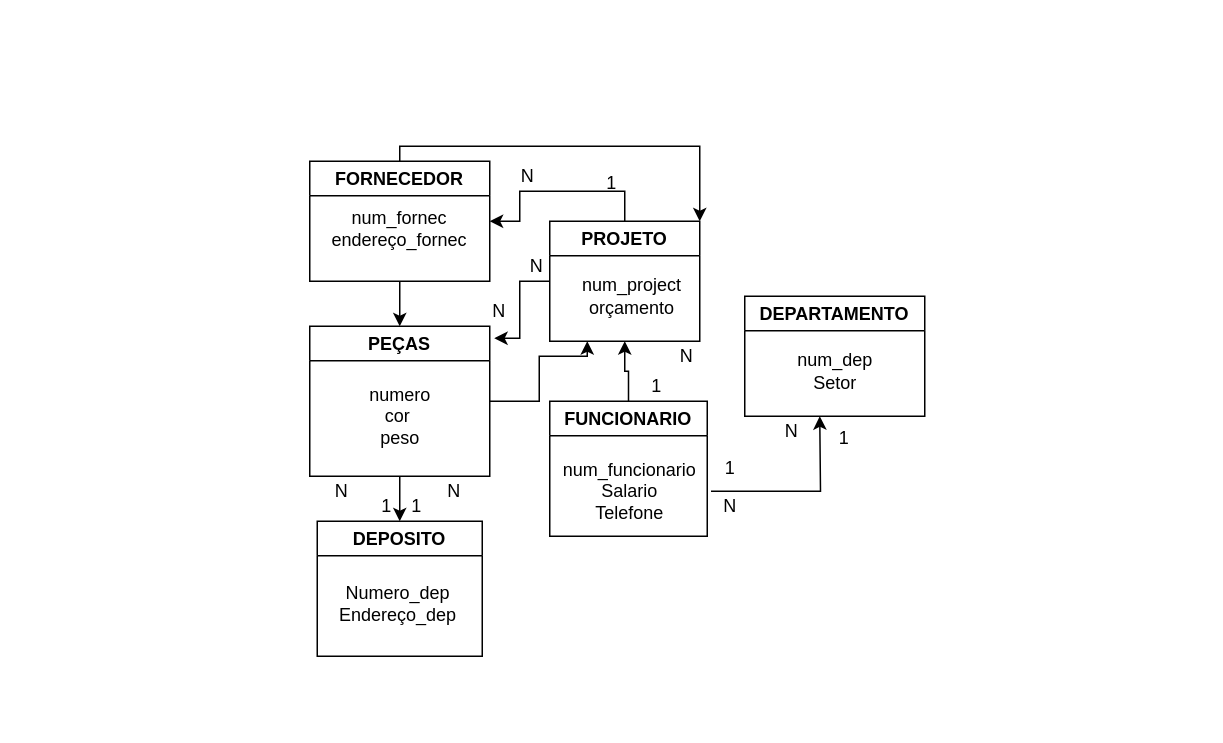
This is Comercio .drawio from willtinoco97/Banco-de-Dados, a draw.io file, before an edit. Source tidied: cells renumbered, new cells numbered last; positions are measured from the earlier drawing's top-left corner, leaving out a move shared by most shapes. Both pictures are drawn from the tidied source at 150%, with x=0, y=0 at pixel (309, 146).
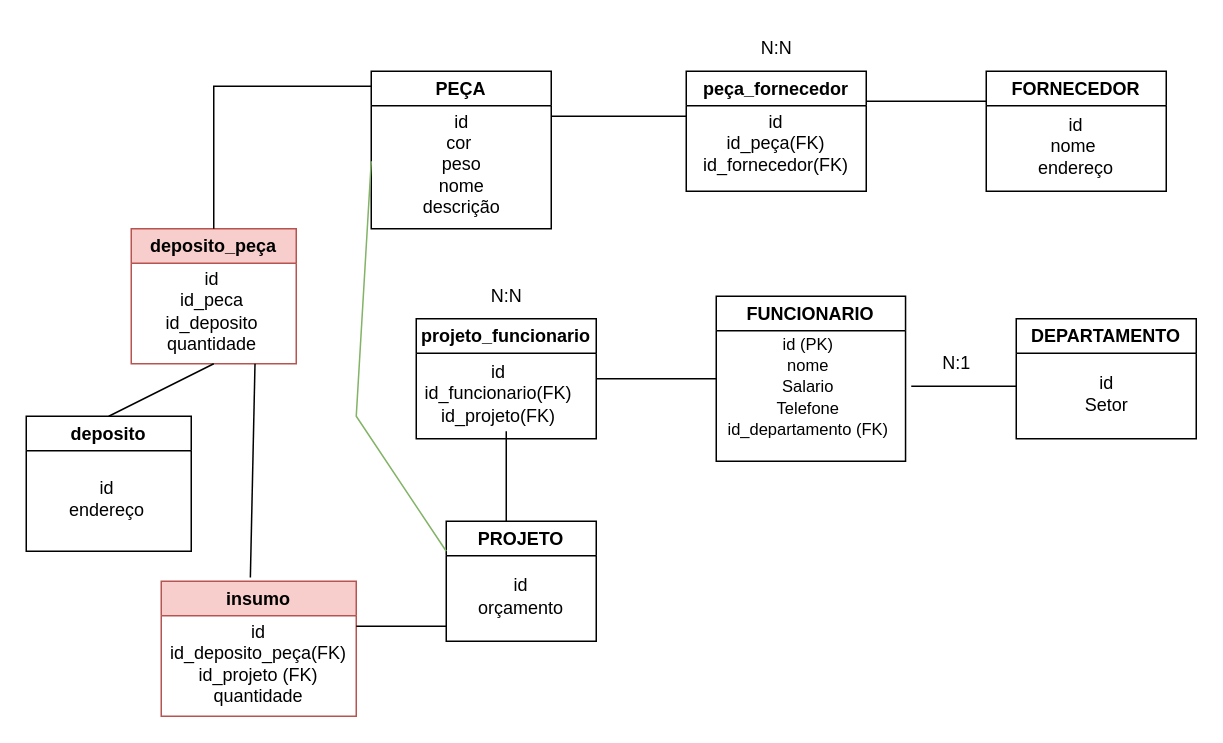
The same page after the edit.

What changed in the source:
```diff
@@
-    <mxCell id="2" style="edgeStyle=orthogonalEdgeStyle;rounded=0;jettySize=auto;html=1;exitX=1;exitY=0.5;exitDx=0;exitDy=0;" parent="1" edge="1" source="4">
-      <mxGeometry relative="1" as="geometry">
-        <mxPoint x="185" y="130" as="targetPoint" />
-        <Array as="points">
-          <mxPoint x="153" y="170" />
-          <mxPoint x="153" y="140" />
-          <mxPoint x="185" y="140" />
-        </Array>
-      </mxGeometry>
-    </mxCell>
-    <mxCell id="3" style="edgeStyle=orthogonalEdgeStyle;rounded=0;jettySize=auto;html=1;exitX=0.5;exitY=1;exitDx=0;exitDy=0;entryX=0.5;entryY=0;entryDx=0;entryDy=0;" parent="1" edge="1" source="4" target="6">
-      <mxGeometry relative="1" as="geometry" />
-    </mxCell>
-    <mxCell id="4" value="PEÇAS" style="swimlane;whiteSpace=wrap;html=1;" parent="1" vertex="1">
-      <mxGeometry y="120" width="120" height="100" as="geometry" />
+    <mxCell id="4" value="PEÇA" style="swimlane;whiteSpace=wrap;html=1;" parent="1" vertex="1">
+      <mxGeometry x="41" y="-50" width="120" height="105" as="geometry" />
     </mxCell>
-    <mxCell id="5" value="numero&lt;br&gt;cor&amp;nbsp;&lt;br&gt;peso" style="text;html=1;align=center;verticalAlign=middle;strokeColor=none;fillColor=none;" parent="4" vertex="1">
-      <mxGeometry x="30" y="30" width="60" height="60" as="geometry" />
+    <mxCell id="5" value="id&lt;br&gt;cor&amp;nbsp;&lt;br&gt;peso&lt;br&gt;nome&lt;br&gt;descrição" style="text;html=1;align=center;verticalAlign=middle;strokeColor=none;fillColor=none;" parent="4" vertex="1">
+      <mxGeometry x="25" y="17" width="70" height="90" as="geometry" />
     </mxCell>
-    <mxCell id="6" value="DEPOSITO" style="swimlane;whiteSpace=wrap;html=1;" parent="1" vertex="1">
-      <mxGeometry x="5" y="250" width="110" height="90" as="geometry" />
+    <mxCell id="6" value="deposito_peça" style="swimlane;whiteSpace=wrap;html=1;fillColor=#f8cecc;strokeColor=#b85450;" parent="1" vertex="1">
+      <mxGeometry x="-119" y="55" width="110" height="90" as="geometry" />
     </mxCell>
-    <mxCell id="7" value="Numero_dep&lt;br&gt;Endereço_dep" style="text;html=1;strokeColor=none;fillColor=none;align=center;verticalAlign=middle;whiteSpace=wrap;rounded=0;" parent="6" vertex="1">
+    <mxCell id="7" value="id&lt;br&gt;id_peca&lt;br&gt;id_deposito&lt;br&gt;quantidade" style="text;html=1;strokeColor=none;fillColor=none;align=center;verticalAlign=middle;whiteSpace=wrap;rounded=0;" parent="6" vertex="1">
       <mxGeometry x="24" y="40" width="60" height="30" as="geometry" />
     </mxCell>
-    <mxCell id="8" style="edgeStyle=orthogonalEdgeStyle;rounded=0;jettySize=auto;html=1;exitX=0.5;exitY=1;exitDx=0;exitDy=0;entryX=0.5;entryY=0;entryDx=0;entryDy=0;" parent="1" edge="1" source="10" target="4">
-      <mxGeometry relative="1" as="geometry" />
-    </mxCell>
-    <mxCell id="9" style="edgeStyle=orthogonalEdgeStyle;rounded=0;jettySize=auto;html=1;exitX=0.5;exitY=0;exitDx=0;exitDy=0;entryX=1;entryY=0;entryDx=0;entryDy=0;" parent="1" edge="1" source="10" target="14">
-      <mxGeometry relative="1" as="geometry">
-        <Array as="points">
-          <mxPoint x="60" />
-          <mxPoint x="260" />
-        </Array>
-      </mxGeometry>
-    </mxCell>
     <mxCell id="10" value="FORNECEDOR" style="swimlane;whiteSpace=wrap;html=1;" parent="1" vertex="1">
-      <mxGeometry y="10" width="120" height="80" as="geometry" />
+      <mxGeometry x="451" y="-50" width="120" height="80" as="geometry" />
     </mxCell>
-    <mxCell id="11" value="num_fornec&lt;br&gt;endereço_fornec" style="text;html=1;strokeColor=none;fillColor=none;align=center;verticalAlign=middle;whiteSpace=wrap;rounded=0;" parent="10" vertex="1">
-      <mxGeometry x="30" y="30" width="60" height="30" as="geometry" />
+    <mxCell id="11" value="id&lt;br&gt;nome&amp;nbsp;&lt;br&gt;endereço" style="text;html=1;strokeColor=none;fillColor=none;align=center;verticalAlign=middle;whiteSpace=wrap;rounded=0;" parent="10" vertex="1">
+      <mxGeometry x="30" y="35" width="60" height="30" as="geometry" />
     </mxCell>
-    <mxCell id="12" style="edgeStyle=orthogonalEdgeStyle;rounded=0;jettySize=auto;html=1;exitX=0.5;exitY=0;exitDx=0;exitDy=0;entryX=1;entryY=0.5;entryDx=0;entryDy=0;" parent="1" edge="1" source="14" target="10">
-      <mxGeometry relative="1" as="geometry" />
-    </mxCell>
-    <mxCell id="13" style="edgeStyle=orthogonalEdgeStyle;rounded=0;jettySize=auto;html=1;exitX=0;exitY=0.5;exitDx=0;exitDy=0;entryX=1.025;entryY=0.08;entryDx=0;entryDy=0;entryPerimeter=0;" parent="1" edge="1" source="14" target="4">
-      <mxGeometry relative="1" as="geometry" />
-    </mxCell>
-    <mxCell id="14" value="PROJETO" style="swimlane;whiteSpace=wrap;html=1;" parent="1" vertex="1">
-      <mxGeometry x="160" y="50" width="100" height="80" as="geometry" />
+    <mxCell id="14" value="projeto_funcionario" style="swimlane;whiteSpace=wrap;html=1;" parent="1" vertex="1">
+      <mxGeometry x="71" y="115" width="120" height="80" as="geometry" />
     </mxCell>
-    <mxCell id="15" value="num_project&lt;br&gt;orçamento" style="text;html=1;strokeColor=none;fillColor=none;align=center;verticalAlign=middle;whiteSpace=wrap;rounded=0;" parent="14" vertex="1">
+    <mxCell id="15" value="id&lt;br&gt;id_funcionario(FK)&lt;br&gt;id_projeto(FK)" style="text;html=1;strokeColor=none;fillColor=none;align=center;verticalAlign=middle;whiteSpace=wrap;rounded=0;" parent="14" vertex="1">
       <mxGeometry x="25" y="35" width="60" height="30" as="geometry" />
     </mxCell>
-    <mxCell id="16" style="edgeStyle=orthogonalEdgeStyle;rounded=0;jettySize=auto;html=1;exitX=0.5;exitY=0;exitDx=0;exitDy=0;entryX=0.5;entryY=1;entryDx=0;entryDy=0;" parent="1" edge="1" source="17" target="14">
-      <mxGeometry relative="1" as="geometry" />
-    </mxCell>
     <mxCell id="17" value="FUNCIONARIO" style="swimlane;whiteSpace=wrap;html=1;" parent="1" vertex="1">
-      <mxGeometry x="160" y="170" width="105" height="90" as="geometry" />
+      <mxGeometry x="271" y="100" width="126.2" height="110" as="geometry" />
     </mxCell>
-    <mxCell id="18" style="edgeStyle=orthogonalEdgeStyle;rounded=0;jettySize=auto;html=1;" parent="17" edge="1" source="19">
-      <mxGeometry relative="1" as="geometry">
-        <mxPoint x="180" y="10" as="targetPoint" />
-      </mxGeometry>
-    </mxCell>
-    <mxCell id="19" value="num_funcionario&lt;br&gt;Salario&lt;br&gt;Telefone" style="text;html=1;align=center;verticalAlign=middle;points=[];strokeColor=none;fillColor=none;" parent="17" vertex="1">
-      <mxGeometry x="-2.5" y="30" width="110" height="60" as="geometry" />
+    <mxCell id="19" value="&lt;font style=&quot;font-size: 11px;&quot;&gt;id (PK)&lt;br&gt;nome&lt;br&gt;Salario&lt;br&gt;Telefone&lt;br&gt;id_departamento (FK)&lt;/font&gt;" style="text;html=1;align=center;verticalAlign=middle;points=[];strokeColor=none;fillColor=none;" parent="17" vertex="1">
+      <mxGeometry x="-3.8" y="15" width="130" height="90" as="geometry" />
     </mxCell>
     <mxCell id="20" value="DEPARTAMENTO" style="swimlane;whiteSpace=wrap;html=1;" parent="1" vertex="1">
-      <mxGeometry x="290" y="100" width="120" height="80" as="geometry" />
+      <mxGeometry x="471" y="115" width="120" height="80" as="geometry" />
     </mxCell>
-    <mxCell id="21" value="num_dep&lt;br&gt;Setor" style="text;html=1;align=center;verticalAlign=middle;strokeColor=none;fillColor=none;" parent="20" vertex="1">
-      <mxGeometry x="25" y="30" width="70" height="40" as="geometry" />
+    <mxCell id="21" value="id&lt;br&gt;Setor" style="text;html=1;align=center;verticalAlign=middle;strokeColor=none;fillColor=none;" parent="20" vertex="1">
+      <mxGeometry x="35" y="30" width="50" height="40" as="geometry" />
     </mxCell>
-    <mxCell id="22" value="1" style="text;html=1;align=center;verticalAlign=middle;strokeColor=none;fillColor=none;" parent="1" vertex="1">
-      <mxGeometry x="56" y="225" width="30" height="30" as="geometry" />
-    </mxCell>
-    <mxCell id="23" value="N" style="text;html=1;align=center;verticalAlign=middle;strokeColor=none;fillColor=none;" parent="1" vertex="1">
-      <mxGeometry x="81" y="215" width="30" height="30" as="geometry" />
-    </mxCell>
-    <mxCell id="24" value="N" style="text;html=1;align=center;verticalAlign=middle;strokeColor=none;fillColor=none;" parent="1" vertex="1">
-      <mxGeometry x="6" y="215" width="30" height="30" as="geometry" />
-    </mxCell>
-    <mxCell id="25" value="1" style="text;html=1;align=center;verticalAlign=middle;strokeColor=none;fillColor=none;" parent="1" vertex="1">
-      <mxGeometry x="36" y="225" width="30" height="30" as="geometry" />
-    </mxCell>
-    <mxCell id="26" value="N" style="text;html=1;align=center;verticalAlign=middle;strokeColor=none;fillColor=none;" parent="1" vertex="1">
-      <mxGeometry x="265" y="225" width="30" height="30" as="geometry" />
-    </mxCell>
-    <mxCell id="27" value="1" style="text;html=1;align=center;verticalAlign=middle;strokeColor=none;fillColor=none;" parent="1" vertex="1">
-      <mxGeometry x="341" y="180" width="30" height="30" as="geometry" />
-    </mxCell>
-    <mxCell id="28" value="N" style="text;html=1;align=center;verticalAlign=middle;strokeColor=none;fillColor=none;" parent="1" vertex="1">
-      <mxGeometry x="306" y="175" width="30" height="30" as="geometry" />
-    </mxCell>
-    <mxCell id="29" value="1" style="text;html=1;align=center;verticalAlign=middle;strokeColor=none;fillColor=none;" parent="1" vertex="1">
-      <mxGeometry x="265" y="200" width="30" height="30" as="geometry" />
-    </mxCell>
-    <mxCell id="30" value="1" style="text;html=1;align=center;verticalAlign=middle;strokeColor=none;fillColor=none;" parent="1" vertex="1">
-      <mxGeometry x="216" y="145" width="30" height="30" as="geometry" />
-    </mxCell>
-    <mxCell id="31" value="N" style="text;html=1;align=center;verticalAlign=middle;strokeColor=none;fillColor=none;" parent="1" vertex="1">
-      <mxGeometry x="236" y="125" width="30" height="30" as="geometry" />
-    </mxCell>
-    <mxCell id="32" value="1" style="text;html=1;align=center;verticalAlign=middle;strokeColor=none;fillColor=none;" parent="1" vertex="1">
-      <mxGeometry x="186" y="10" width="30" height="30" as="geometry" />
-    </mxCell>
-    <mxCell id="33" value="N" style="text;html=1;align=center;verticalAlign=middle;strokeColor=none;fillColor=none;" parent="1" vertex="1">
-      <mxGeometry x="130" y="5" width="30" height="30" as="geometry" />
-    </mxCell>
-    <mxCell id="34" value="N" style="text;html=1;align=center;verticalAlign=middle;strokeColor=none;fillColor=none;" parent="1" vertex="1">
-      <mxGeometry x="136" y="65" width="30" height="30" as="geometry" />
-    </mxCell>
-    <mxCell id="35" value="N" style="text;html=1;align=center;verticalAlign=middle;strokeColor=none;fillColor=none;" parent="1" vertex="1">
-      <mxGeometry x="111" y="95" width="30" height="30" as="geometry" />
-    </mxCell>
+    <mxCell id="36" value="N:1" style="text;html=1;align=center;verticalAlign=middle;strokeColor=none;fillColor=none;" parent="1" vertex="1">
+      <mxGeometry x="411" y="130" width="40" height="30" as="geometry" />
+    </mxCell>
+    <mxCell id="37" value="PROJETO" style="swimlane;whiteSpace=wrap;html=1;" parent="1" vertex="1">
+      <mxGeometry x="91" y="250" width="100" height="80" as="geometry" />
+    </mxCell>
+    <mxCell id="38" value="id&lt;br&gt;orçamento" style="text;html=1;strokeColor=none;fillColor=none;align=center;verticalAlign=middle;whiteSpace=wrap;rounded=0;" parent="37" vertex="1">
+      <mxGeometry x="20" y="35" width="60" height="30" as="geometry" />
+    </mxCell>
+    <mxCell id="39" style="endArrow=none;html=1;rounded=0;" parent="1" edge="1">
+      <mxGeometry relative="1" as="geometry">
+        <mxPoint x="131" y="250" as="sourcePoint" />
+        <mxPoint x="131" y="190" as="targetPoint" />
+      </mxGeometry>
+    </mxCell>
+    <mxCell id="40" value="peça_fornecedor" style="swimlane;whiteSpace=wrap;html=1;" parent="1" vertex="1">
+      <mxGeometry x="251" y="-50" width="120" height="80" as="geometry" />
+    </mxCell>
+    <mxCell id="41" value="id&lt;br&gt;id_peça(FK)&lt;br&gt;id_fornecedor(FK)" style="text;html=1;strokeColor=none;fillColor=none;align=center;verticalAlign=middle;whiteSpace=wrap;rounded=0;" parent="40" vertex="1">
+      <mxGeometry x="30" y="35" width="60" height="25" as="geometry" />
+    </mxCell>
+    <mxCell id="42" style="endArrow=none;html=1;rounded=0;" parent="1" edge="1">
+      <mxGeometry relative="1" as="geometry">
+        <mxPoint x="251" y="-20" as="sourcePoint" />
+        <mxPoint x="161" y="-20" as="targetPoint" />
+      </mxGeometry>
+    </mxCell>
+    <mxCell id="43" style="endArrow=none;html=1;rounded=0;exitX=1;exitY=0.25;exitDx=0;exitDy=0;entryX=0;entryY=0.25;entryDx=0;entryDy=0;" parent="1" edge="1" source="40" target="10">
+      <mxGeometry relative="1" as="geometry" />
+    </mxCell>
+    <mxCell id="44" value="N:N" style="text;html=1;align=center;verticalAlign=middle;strokeColor=none;fillColor=none;" parent="1" vertex="1">
+      <mxGeometry x="291" y="-80" width="40" height="30" as="geometry" />
+    </mxCell>
+    <mxCell id="45" value="deposito" style="swimlane;whiteSpace=wrap;html=1;" parent="1" vertex="1">
+      <mxGeometry x="-189" y="180" width="110" height="90" as="geometry" />
+    </mxCell>
+    <mxCell id="46" value="id&lt;br&gt;endereço" style="text;html=1;strokeColor=none;fillColor=none;align=center;verticalAlign=middle;whiteSpace=wrap;rounded=0;" parent="45" vertex="1">
+      <mxGeometry x="24" y="40" width="60" height="30" as="geometry" />
+    </mxCell>
+    <mxCell id="47" style="endArrow=none;html=1;rounded=0;exitX=0.5;exitY=0;exitDx=0;exitDy=0;entryX=0.5;entryY=1;entryDx=0;entryDy=0;" parent="1" edge="1" source="45" target="6">
+      <mxGeometry relative="1" as="geometry" />
+    </mxCell>
+    <mxCell id="48" style="endArrow=none;html=1;rounded=0;entryX=0.5;entryY=0;entryDx=0;entryDy=0;" parent="1" edge="1" target="6">
+      <mxGeometry relative="1" as="geometry">
+        <mxPoint x="41" y="-40" as="sourcePoint" />
+        <Array as="points">
+          <mxPoint x="-64" y="-40" />
+        </Array>
+      </mxGeometry>
+    </mxCell>
+    <mxCell id="49" style="endArrow=none;html=1;rounded=0;exitX=1;exitY=0.5;exitDx=0;exitDy=0;" parent="1" edge="1" source="14">
+      <mxGeometry relative="1" as="geometry">
+        <mxPoint x="271" y="155" as="targetPoint" />
+      </mxGeometry>
+    </mxCell>
+    <mxCell id="50" value="insumo" style="swimlane;whiteSpace=wrap;html=1;fillColor=#f8cecc;strokeColor=#b85450;" parent="1" vertex="1">
+      <mxGeometry x="-99" y="290" width="130" height="90" as="geometry" />
+    </mxCell>
+    <mxCell id="51" value="id&lt;br&gt;id_deposito_peça(FK)&lt;br&gt;id_projeto (FK)&lt;br&gt;quantidade" style="text;html=1;strokeColor=none;fillColor=none;align=center;verticalAlign=middle;whiteSpace=wrap;rounded=0;" parent="50" vertex="1">
+      <mxGeometry x="35" y="40" width="60" height="30" as="geometry" />
+    </mxCell>
+    <mxCell id="52" style="endArrow=none;html=1;rounded=0;" parent="1" edge="1">
+      <mxGeometry relative="1" as="geometry">
+        <mxPoint x="31" y="320" as="sourcePoint" />
+        <mxPoint x="91" y="320" as="targetPoint" />
+      </mxGeometry>
+    </mxCell>
+    <mxCell id="53" style="endArrow=none;html=1;rounded=0;" parent="1" edge="1">
+      <mxGeometry relative="1" as="geometry">
+        <mxPoint x="401" y="160" as="sourcePoint" />
+        <mxPoint x="471" y="160" as="targetPoint" />
+      </mxGeometry>
+    </mxCell>
+    <mxCell id="54" style="endArrow=none;html=1;rounded=0;exitX=0.457;exitY=-0.027;exitDx=0;exitDy=0;exitPerimeter=0;entryX=0.75;entryY=1;entryDx=0;entryDy=0;" parent="1" edge="1" source="50" target="6">
+      <mxGeometry relative="1" as="geometry" />
+    </mxCell>
+    <mxCell id="55" style="endArrow=none;html=1;rounded=0;exitX=0;exitY=0.25;exitDx=0;exitDy=0;fillColor=#d5e8d4;strokeColor=#82b366;" parent="1" edge="1" source="37">
+      <mxGeometry relative="1" as="geometry">
+        <mxPoint x="41" y="10" as="targetPoint" />
+        <Array as="points">
+          <mxPoint x="31" y="180" />
+        </Array>
+      </mxGeometry>
+    </mxCell>
+    <mxCell id="56" value="N:N" style="text;html=1;align=center;verticalAlign=middle;strokeColor=none;fillColor=none;" parent="1" vertex="1">
+      <mxGeometry x="111" y="85" width="40" height="30" as="geometry" />
+    </mxCell>
```
